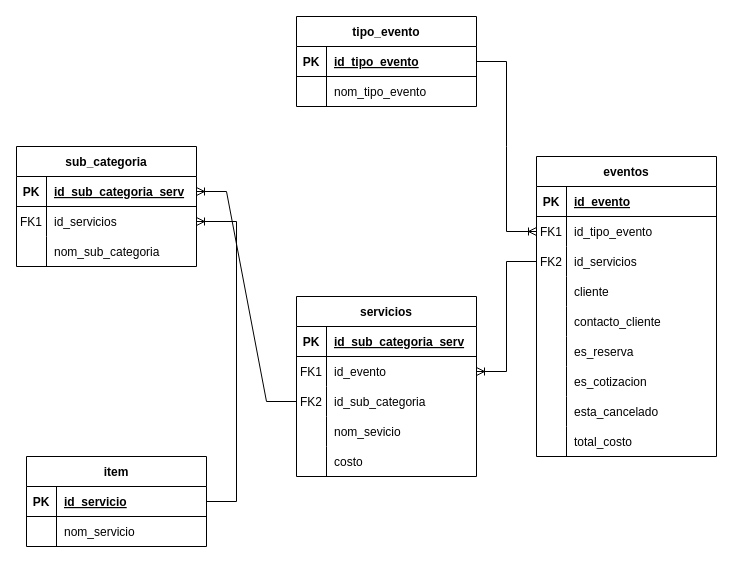
Above: sistema_de_eventos.drawio in tomyivan/diagramas-DB (draw.io), before the change. Source tidied: cells renumbered, new cells numbered last; positions are measured from the earlier drawing's top-left corner, leaving out a move shared by most shapes. Both pictures are drawn from the tidied source at 100%, with x=0, y=0 at pixel (16, 16).
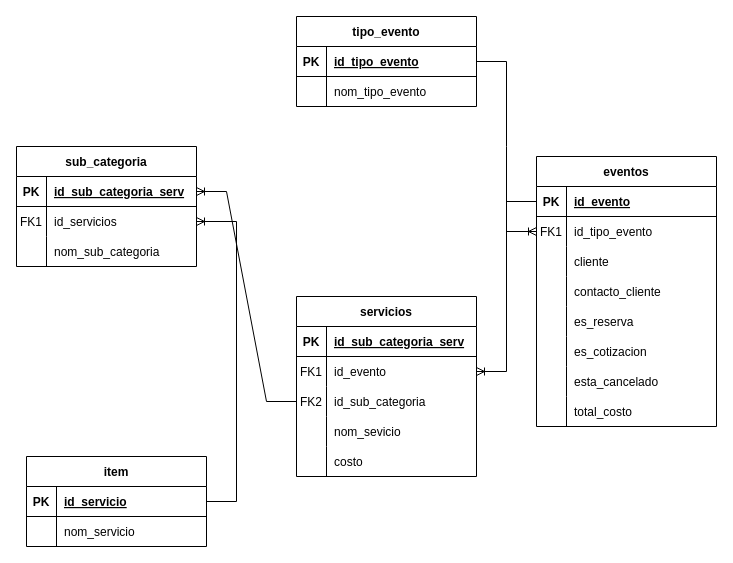
After the change.

The change refers to these unchanged cells:
```xml
<mxCell id="3" style="shape=tableRow;horizontal=0;startSize=0;swimlaneHead=0;swimlaneBody=0;fillColor=none;points=[[0,0.5],[1,0.5]];portConstraint=eastwest;top=0;left=0;right=0;bottom=1;" parent="2" vertex="1">
  <mxGeometry y="30" width="180" height="30" as="geometry" />
</mxCell>
<mxCell id="60" style="shape=tableRow;horizontal=0;startSize=0;swimlaneHead=0;swimlaneBody=0;fillColor=none;points=[[0,0.5],[1,0.5]];portConstraint=eastwest;top=0;left=0;right=0;bottom=0;" parent="56" vertex="1">
  <mxGeometry y="60" width="180" height="30" as="geometry" />
</mxCell>
```

What changed in the source:
```diff
@@
     <mxCell id="2" value="eventos" style="shape=table;startSize=30;childLayout=tableLayout;rowLines=0;fontStyle=1;align=center;" parent="1" vertex="1">
-      <mxGeometry x="520" y="140" width="180" height="300" as="geometry" />
+      <mxGeometry x="520" y="140" width="180" height="270" as="geometry" />
     </mxCell>
@@
-    <mxCell id="9" style="shape=tableRow;horizontal=0;startSize=0;swimlaneHead=0;swimlaneBody=0;fillColor=none;points=[[0,0.5],[1,0.5]];portConstraint=eastwest;top=0;left=0;right=0;bottom=0;" parent="2" vertex="1">
-      <mxGeometry y="90" width="180" height="30" as="geometry" />
-    </mxCell>
-    <mxCell id="10" value="FK2" style="shape=partialRectangle;fillColor=none;top=0;left=0;bottom=0;right=0;overflow=hidden;" parent="9" vertex="1">
-      <mxGeometry width="30" height="30" as="geometry" />
-    </mxCell>
-    <mxCell id="11" value="id_servicios" style="shape=partialRectangle;fillColor=none;top=0;left=0;bottom=0;right=0;align=left;spacingLeft=6;overflow=hidden;" parent="9" vertex="1">
-      <mxGeometry x="30" width="150" height="30" as="geometry" />
-    </mxCell>
     <mxCell id="12" style="shape=tableRow;horizontal=0;startSize=0;swimlaneHead=0;swimlaneBody=0;fillColor=none;top=0;left=0;right=0;bottom=0;" parent="2" vertex="1">
-      <mxGeometry y="120" width="180" height="30" as="geometry" />
+      <mxGeometry y="90" width="180" height="30" as="geometry" />
     </mxCell>
@@
     <mxCell id="15" style="shape=tableRow;horizontal=0;startSize=0;swimlaneHead=0;swimlaneBody=0;fillColor=none;top=0;left=0;right=0;bottom=0;" parent="2" vertex="1">
-      <mxGeometry y="150" width="180" height="30" as="geometry" />
+      <mxGeometry y="120" width="180" height="30" as="geometry" />
     </mxCell>
@@
     <mxCell id="18" style="shape=tableRow;horizontal=0;startSize=0;swimlaneHead=0;swimlaneBody=0;fillColor=none;top=0;left=0;right=0;bottom=0;" parent="2" vertex="1">
-      <mxGeometry y="180" width="180" height="30" as="geometry" />
+      <mxGeometry y="150" width="180" height="30" as="geometry" />
     </mxCell>
@@
     <mxCell id="21" style="shape=tableRow;horizontal=0;startSize=0;swimlaneHead=0;swimlaneBody=0;fillColor=none;top=0;left=0;right=0;bottom=0;" parent="2" vertex="1">
-      <mxGeometry y="210" width="180" height="30" as="geometry" />
+      <mxGeometry y="180" width="180" height="30" as="geometry" />
     </mxCell>
@@
     <mxCell id="24" style="shape=tableRow;horizontal=0;startSize=0;swimlaneHead=0;swimlaneBody=0;fillColor=none;top=0;left=0;right=0;bottom=0;" parent="2" vertex="1">
-      <mxGeometry y="240" width="180" height="30" as="geometry" />
+      <mxGeometry y="210" width="180" height="30" as="geometry" />
     </mxCell>
@@
     <mxCell id="27" style="shape=tableRow;horizontal=0;startSize=0;swimlaneHead=0;swimlaneBody=0;fillColor=none;top=0;left=0;right=0;bottom=0;" parent="2" vertex="1">
-      <mxGeometry y="270" width="180" height="30" as="geometry" />
+      <mxGeometry y="240" width="180" height="30" as="geometry" />
     </mxCell>
@@
-    <mxCell id="72" style="edgeStyle=entityRelationEdgeStyle;fontSize=12;html=1;endArrow=ERoneToMany;rounded=0;" parent="1" edge="1" source="9" target="60">
+    <mxCell id="72" style="edgeStyle=entityRelationEdgeStyle;fontSize=12;html=1;endArrow=ERoneToMany;rounded=0;" parent="1" edge="1" source="3" target="60">
       <mxGeometry relative="1" as="geometry" />
     </mxCell>
```
